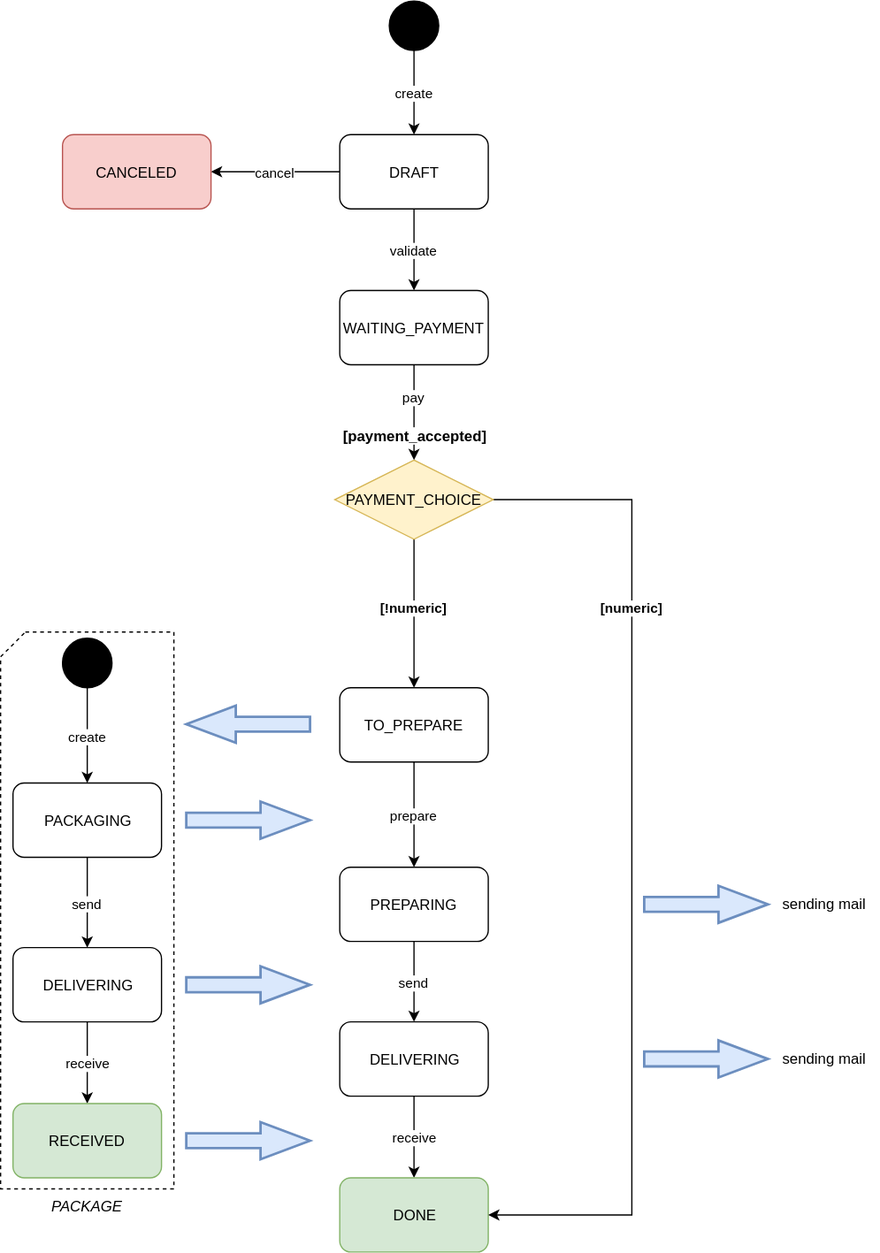
This is svg/demo_state_4.svg from FrogDevelopment/state-machine-demo, a draw.io export, as it was before one commit. Source tidied: cells renumbered, new cells last; positions are measured from the earlier drawing's top-left corner, leaving out a move shared by most shapes. Source of this version:
```xml
<mxGraphModel>
  <root>
    <mxCell id="0" />
    <mxCell id="1" parent="0" />
    <mxCell id="2" value="PACKAGE" style="verticalLabelPosition=bottom;verticalAlign=top;html=1;strokeWidth=1;shape=card;whiteSpace=wrap;size=20;arcSize=12;fillColor=none;perimeterSpacing=0;dashed=1;fontStyle=2;" parent="1" vertex="1">
      <mxGeometry y="510" width="140" height="450" as="geometry" />
    </mxCell>
    <mxCell id="3" style="ellipse;whiteSpace=wrap;html=1;fillColor=#000000;flipV=0;flipH=1;" parent="1" vertex="1">
      <mxGeometry x="314" width="40" height="40" as="geometry" />
    </mxCell>
    <mxCell id="4" value="create" style="edgeStyle=orthogonalEdgeStyle;rounded=0;html=1;entryX=0.5;entryY=0;jettySize=auto;exitX=0.5;exitY=1;" parent="1" edge="1" source="3" target="7">
      <mxGeometry relative="1" as="geometry">
        <Array as="points">
          <mxPoint x="334" y="60" />
          <mxPoint x="334" y="60" />
        </Array>
      </mxGeometry>
    </mxCell>
    <mxCell id="5" value="cancel" style="edgeStyle=orthogonalEdgeStyle;rounded=0;html=1;entryX=1;entryY=0.5;jettySize=auto;" parent="1" edge="1" source="7" target="13">
      <mxGeometry relative="1" as="geometry" />
    </mxCell>
    <mxCell id="6" value="validate" style="edgeStyle=orthogonalEdgeStyle;rounded=0;html=1;entryX=0.5;entryY=0;jettySize=auto;" parent="1" edge="1" source="7" target="19">
      <mxGeometry relative="1" as="geometry" />
    </mxCell>
    <mxCell id="7" value="DRAFT" style="rounded=1;whiteSpace=wrap;html=1;fillColor=none;flipV=0;flipH=1;" parent="1" vertex="1">
      <mxGeometry x="274" y="108" width="120" height="60" as="geometry" />
    </mxCell>
    <mxCell id="8" value="send" style="edgeStyle=orthogonalEdgeStyle;rounded=0;html=1;entryX=0.5;entryY=0;jettySize=auto;" parent="1" edge="1" source="9" target="11">
      <mxGeometry relative="1" as="geometry" />
    </mxCell>
    <mxCell id="9" value="PREPARING" style="rounded=1;whiteSpace=wrap;html=1;fillColor=none;flipV=0;flipH=1;" parent="1" vertex="1">
      <mxGeometry x="274" y="700" width="120" height="60" as="geometry" />
    </mxCell>
    <mxCell id="10" value="receive" style="edgeStyle=orthogonalEdgeStyle;rounded=0;html=1;entryX=0.5;entryY=0;jettySize=auto;" parent="1" edge="1" source="11" target="12">
      <mxGeometry relative="1" as="geometry" />
    </mxCell>
    <mxCell id="11" value="DELIVERING" style="rounded=1;whiteSpace=wrap;html=1;fillColor=none;flipV=0;flipH=1;" parent="1" vertex="1">
      <mxGeometry x="274" y="825" width="120" height="60" as="geometry" />
    </mxCell>
    <mxCell id="12" value="DONE" style="rounded=1;whiteSpace=wrap;html=1;fillColor=#d5e8d4;strokeColor=#82b366;flipV=0;flipH=1;" parent="1" vertex="1">
      <mxGeometry x="274" y="951" width="120" height="60" as="geometry" />
    </mxCell>
    <mxCell id="13" value="CANCELED" style="rounded=1;whiteSpace=wrap;html=1;fillColor=#f8cecc;strokeColor=#b85450;" parent="1" vertex="1">
      <mxGeometry x="50" y="108" width="120" height="60" as="geometry" />
    </mxCell>
    <mxCell id="14" value="&lt;b&gt;[!numeric]&lt;/b&gt;" style="edgeStyle=orthogonalEdgeStyle;rounded=0;html=1;jettySize=auto;entryX=0.5;entryY=0;" parent="1" edge="1" source="16" target="31">
      <mxGeometry x="-0.08" relative="1" as="geometry" />
    </mxCell>
    <mxCell id="15" value="&lt;b&gt;[numeric]&lt;/b&gt;" style="edgeStyle=orthogonalEdgeStyle;rounded=0;html=1;entryX=1;entryY=0.5;jettySize=auto;exitX=1;exitY=0.5;" parent="1" edge="1" source="16" target="12">
      <mxGeometry x="-0.72" y="-87" relative="1" as="geometry">
        <Array as="points">
          <mxPoint x="510" y="403" />
          <mxPoint x="510" y="981" />
        </Array>
        <mxPoint x="87" y="87" as="offset" />
      </mxGeometry>
    </mxCell>
    <mxCell id="16" value="PAYMENT_CHOICE" style="rhombus;whiteSpace=wrap;html=1;fillColor=#fff2cc;strokeColor=#d6b656;flipV=0;flipH=1;" parent="1" vertex="1">
      <mxGeometry x="270" y="371" width="128" height="64" as="geometry" />
    </mxCell>
    <mxCell id="17" value="pay" style="edgeStyle=orthogonalEdgeStyle;rounded=0;html=1;entryX=0.5;entryY=0;jettySize=auto;" parent="1" edge="1" source="19" target="16">
      <mxGeometry x="-0.33" relative="1" as="geometry" />
    </mxCell>
    <mxCell id="18" value="[payment_accepted]" style="text;html=1;align=center;verticalAlign=middle;labelBackgroundColor=#ffffff;fontStyle=1;" parent="17" vertex="1">
      <mxGeometry x="0.64" relative="1" as="geometry">
        <mxPoint y="-7" as="offset" />
      </mxGeometry>
    </mxCell>
    <mxCell id="19" value="WAITING_PAYMENT" style="rounded=1;whiteSpace=wrap;html=1;fillColor=none;flipV=0;flipH=1;" parent="1" vertex="1">
      <mxGeometry x="274" y="234" width="120" height="60" as="geometry" />
    </mxCell>
    <mxCell id="20" style="ellipse;whiteSpace=wrap;html=1;fillColor=#000000;flipV=0;flipH=1;" parent="1" vertex="1">
      <mxGeometry x="50" y="515" width="40" height="40" as="geometry" />
    </mxCell>
    <mxCell id="21" value="create" style="edgeStyle=orthogonalEdgeStyle;rounded=0;html=1;jettySize=auto;exitX=0.5;exitY=1;" parent="1" edge="1" source="20" target="23">
      <mxGeometry relative="1" as="geometry" />
    </mxCell>
    <mxCell id="22" value="send" style="edgeStyle=orthogonalEdgeStyle;rounded=0;html=1;jettySize=auto;" parent="1" edge="1" source="23" target="25">
      <mxGeometry relative="1" as="geometry" />
    </mxCell>
    <mxCell id="23" value="PACKAGING" style="rounded=1;whiteSpace=wrap;html=1;fillColor=none;" parent="1" vertex="1">
      <mxGeometry x="10" y="632" width="120" height="60" as="geometry" />
    </mxCell>
    <mxCell id="24" value="receive" style="edgeStyle=orthogonalEdgeStyle;rounded=0;html=1;entryX=0.5;entryY=0;jettySize=auto;" parent="1" edge="1" source="25" target="26">
      <mxGeometry relative="1" as="geometry" />
    </mxCell>
    <mxCell id="25" value="DELIVERING" style="rounded=1;whiteSpace=wrap;html=1;fillColor=none;" parent="1" vertex="1">
      <mxGeometry x="10" y="765" width="120" height="60" as="geometry" />
    </mxCell>
    <mxCell id="26" value="RECEIVED" style="rounded=1;whiteSpace=wrap;html=1;fillColor=#d5e8d4;strokeColor=#82b366;" parent="1" vertex="1">
      <mxGeometry x="10" y="891" width="120" height="60" as="geometry" />
    </mxCell>
    <mxCell id="27" style="verticalLabelPosition=bottom;verticalAlign=top;html=1;strokeWidth=2;shape=mxgraph.arrows2.arrow;dy=0.6;dx=40;notch=0;fillColor=#dae8fc;strokeColor=#6c8ebf;" parent="1" vertex="1">
      <mxGeometry x="150" y="780" width="100" height="30" as="geometry" />
    </mxCell>
    <mxCell id="28" style="verticalLabelPosition=bottom;verticalAlign=top;html=1;strokeWidth=2;shape=mxgraph.arrows2.arrow;dy=0.6;dx=40;notch=0;fillColor=#dae8fc;strokeColor=#6c8ebf;" parent="1" vertex="1">
      <mxGeometry x="150" y="906" width="100" height="30" as="geometry" />
    </mxCell>
    <mxCell id="29" style="verticalLabelPosition=bottom;verticalAlign=top;html=1;strokeWidth=2;shape=mxgraph.arrows2.arrow;dy=0.6;dx=40;notch=0;fillColor=#dae8fc;rotation=180;strokeColor=#6c8ebf;" parent="1" vertex="1">
      <mxGeometry x="150" y="569.5" width="100" height="30" as="geometry" />
    </mxCell>
    <mxCell id="30" value="prepare" style="edgeStyle=orthogonalEdgeStyle;rounded=0;html=1;entryX=0.5;entryY=0;jettySize=auto;" parent="1" edge="1" source="31" target="9">
      <mxGeometry relative="1" as="geometry" />
    </mxCell>
    <mxCell id="31" value="TO_PREPARE" style="rounded=1;whiteSpace=wrap;html=1;fillColor=none;" parent="1" vertex="1">
      <mxGeometry x="274" y="555" width="120" height="60" as="geometry" />
    </mxCell>
    <mxCell id="32" style="verticalLabelPosition=bottom;verticalAlign=top;html=1;strokeWidth=2;shape=mxgraph.arrows2.arrow;dy=0.6;dx=40;notch=0;fillColor=#dae8fc;strokeColor=#6c8ebf;" parent="1" vertex="1">
      <mxGeometry x="150" y="647" width="100" height="30" as="geometry" />
    </mxCell>
    <mxCell id="33" style="group;" parent="1" vertex="1">
      <mxGeometry x="520" y="840" width="190" height="30" as="geometry" />
    </mxCell>
    <mxCell id="34" style="verticalLabelPosition=bottom;verticalAlign=top;html=1;strokeWidth=2;shape=mxgraph.arrows2.arrow;dy=0.6;dx=40;notch=0;fillColor=#dae8fc;strokeColor=#6c8ebf;" parent="33" vertex="1">
      <mxGeometry width="100" height="30" as="geometry" />
    </mxCell>
    <mxCell id="35" value="sending mail" style="text;html=1;align=left;verticalAlign=top;spacingTop=-4;" parent="33" vertex="1">
      <mxGeometry x="110" y="5" width="80" height="20" as="geometry" />
    </mxCell>
    <mxCell id="36" style="group;" parent="1" vertex="1">
      <mxGeometry x="520" y="715" width="190" height="30" as="geometry" />
    </mxCell>
    <mxCell id="37" style="verticalLabelPosition=bottom;verticalAlign=top;html=1;strokeWidth=2;shape=mxgraph.arrows2.arrow;dy=0.6;dx=40;notch=0;fillColor=#dae8fc;strokeColor=#6c8ebf;" parent="36" vertex="1">
      <mxGeometry width="100" height="30" as="geometry" />
    </mxCell>
    <mxCell id="38" value="sending mail" style="text;html=1;align=left;verticalAlign=top;spacingTop=-4;" parent="36" vertex="1">
      <mxGeometry x="110" y="5" width="80" height="20" as="geometry" />
    </mxCell>
  </root>
</mxGraphModel>
```
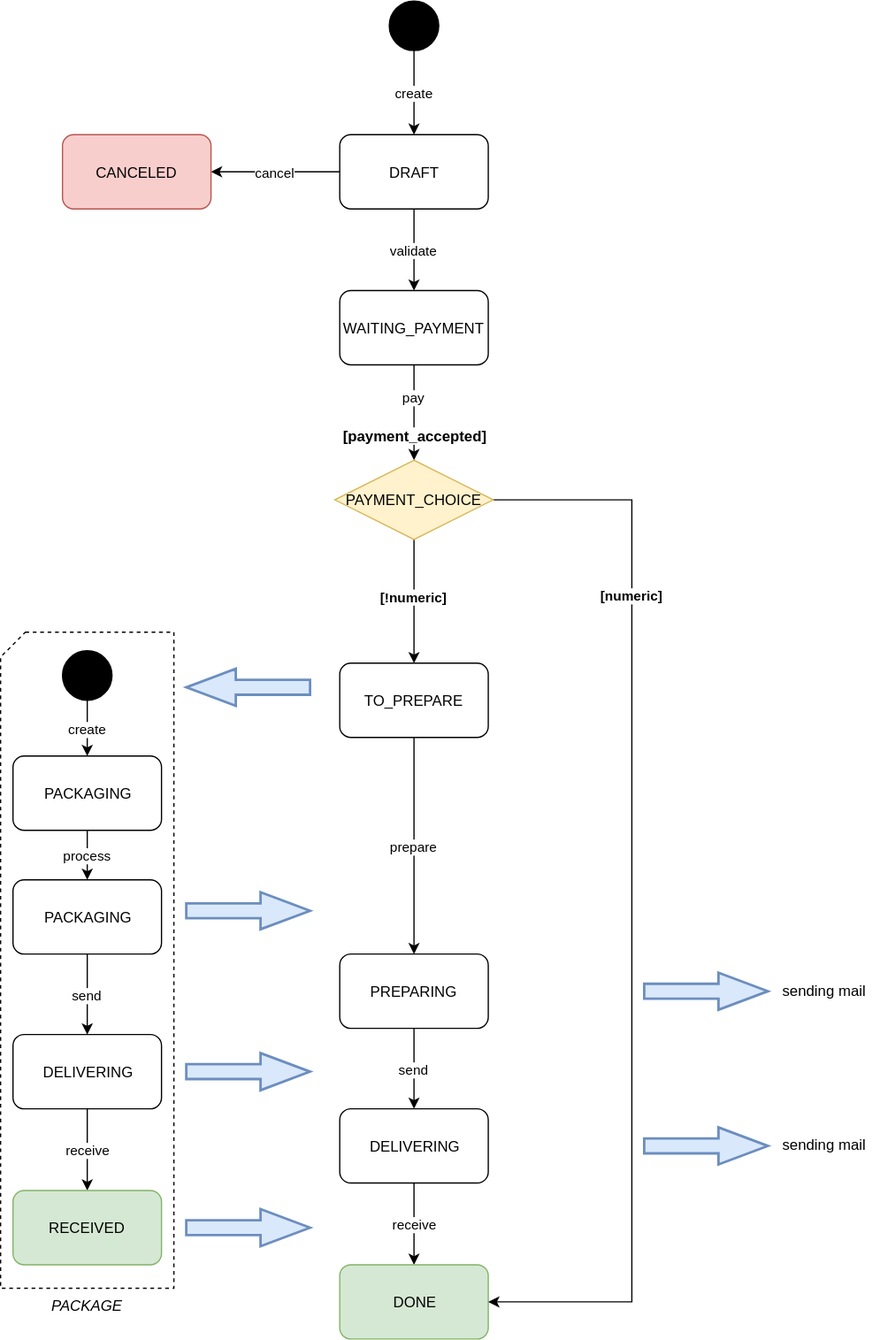
Above is the later version.

Change to the diagram source:
```diff
@@ -1,9 +1,9 @@
-<mxGraphModel>
+<mxGraphModel background="#ffffff">
   <root>
     <mxCell id="0" />
     <mxCell id="1" parent="0" />
     <mxCell id="2" value="PACKAGE" style="verticalLabelPosition=bottom;verticalAlign=top;html=1;strokeWidth=1;shape=card;whiteSpace=wrap;size=20;arcSize=12;fillColor=none;perimeterSpacing=0;dashed=1;fontStyle=2;" parent="1" vertex="1">
-      <mxGeometry y="510" width="140" height="450" as="geometry" />
+      <mxGeometry y="510" width="140" height="530" as="geometry" />
     </mxCell>
     <mxCell id="3" style="ellipse;whiteSpace=wrap;html=1;fillColor=#000000;flipV=0;flipH=1;" parent="1" vertex="1">
       <mxGeometry x="314" width="40" height="40" as="geometry" />
@@ -29,16 +29,16 @@
       <mxGeometry relative="1" as="geometry" />
     </mxCell>
     <mxCell id="9" value="PREPARING" style="rounded=1;whiteSpace=wrap;html=1;fillColor=none;flipV=0;flipH=1;" parent="1" vertex="1">
-      <mxGeometry x="274" y="700" width="120" height="60" as="geometry" />
+      <mxGeometry x="274" y="770" width="120" height="60" as="geometry" />
     </mxCell>
     <mxCell id="10" value="receive" style="edgeStyle=orthogonalEdgeStyle;rounded=0;html=1;entryX=0.5;entryY=0;jettySize=auto;" parent="1" edge="1" source="11" target="12">
       <mxGeometry relative="1" as="geometry" />
     </mxCell>
     <mxCell id="11" value="DELIVERING" style="rounded=1;whiteSpace=wrap;html=1;fillColor=none;flipV=0;flipH=1;" parent="1" vertex="1">
-      <mxGeometry x="274" y="825" width="120" height="60" as="geometry" />
+      <mxGeometry x="274" y="895" width="120" height="60" as="geometry" />
     </mxCell>
     <mxCell id="12" value="DONE" style="rounded=1;whiteSpace=wrap;html=1;fillColor=#d5e8d4;strokeColor=#82b366;flipV=0;flipH=1;" parent="1" vertex="1">
-      <mxGeometry x="274" y="951" width="120" height="60" as="geometry" />
+      <mxGeometry x="274" y="1021" width="120" height="60" as="geometry" />
     </mxCell>
     <mxCell id="13" value="CANCELED" style="rounded=1;whiteSpace=wrap;html=1;fillColor=#f8cecc;strokeColor=#b85450;" parent="1" vertex="1">
       <mxGeometry x="50" y="108" width="120" height="60" as="geometry" />
@@ -47,12 +47,12 @@
       <mxGeometry x="-0.08" relative="1" as="geometry" />
     </mxCell>
     <mxCell id="15" value="&lt;b&gt;[numeric]&lt;/b&gt;" style="edgeStyle=orthogonalEdgeStyle;rounded=0;html=1;entryX=1;entryY=0.5;jettySize=auto;exitX=1;exitY=0.5;" parent="1" edge="1" source="16" target="12">
-      <mxGeometry x="-0.72" y="-87" relative="1" as="geometry">
+      <mxGeometry x="-0.74" y="-77" relative="1" as="geometry">
         <Array as="points">
           <mxPoint x="510" y="403" />
-          <mxPoint x="510" y="981" />
+          <mxPoint x="510" y="1051" />
         </Array>
-        <mxPoint x="87" y="87" as="offset" />
+        <mxPoint x="77" y="77" as="offset" />
       </mxGeometry>
     </mxCell>
     <mxCell id="16" value="PAYMENT_CHOICE" style="rhombus;whiteSpace=wrap;html=1;fillColor=#fff2cc;strokeColor=#d6b656;flipV=0;flipH=1;" parent="1" vertex="1">
@@ -70,61 +70,61 @@
       <mxGeometry x="274" y="234" width="120" height="60" as="geometry" />
     </mxCell>
     <mxCell id="20" style="ellipse;whiteSpace=wrap;html=1;fillColor=#000000;flipV=0;flipH=1;" parent="1" vertex="1">
-      <mxGeometry x="50" y="515" width="40" height="40" as="geometry" />
+      <mxGeometry x="50" y="525" width="40" height="40" as="geometry" />
     </mxCell>
-    <mxCell id="21" value="create" style="edgeStyle=orthogonalEdgeStyle;rounded=0;html=1;jettySize=auto;exitX=0.5;exitY=1;" parent="1" edge="1" source="20" target="23">
+    <mxCell id="21" value="create" style="edgeStyle=orthogonalEdgeStyle;rounded=0;html=1;jettySize=auto;exitX=0.5;exitY=1;entryX=0.5;entryY=0;" parent="1" edge="1" source="20" target="40">
       <mxGeometry relative="1" as="geometry" />
     </mxCell>
     <mxCell id="22" value="send" style="edgeStyle=orthogonalEdgeStyle;rounded=0;html=1;jettySize=auto;" parent="1" edge="1" source="23" target="25">
       <mxGeometry relative="1" as="geometry" />
     </mxCell>
     <mxCell id="23" value="PACKAGING" style="rounded=1;whiteSpace=wrap;html=1;fillColor=none;" parent="1" vertex="1">
-      <mxGeometry x="10" y="632" width="120" height="60" as="geometry" />
+      <mxGeometry x="10" y="710" width="120" height="60" as="geometry" />
     </mxCell>
     <mxCell id="24" value="receive" style="edgeStyle=orthogonalEdgeStyle;rounded=0;html=1;entryX=0.5;entryY=0;jettySize=auto;" parent="1" edge="1" source="25" target="26">
       <mxGeometry relative="1" as="geometry" />
     </mxCell>
     <mxCell id="25" value="DELIVERING" style="rounded=1;whiteSpace=wrap;html=1;fillColor=none;" parent="1" vertex="1">
-      <mxGeometry x="10" y="765" width="120" height="60" as="geometry" />
+      <mxGeometry x="10" y="835" width="120" height="60" as="geometry" />
     </mxCell>
     <mxCell id="26" value="RECEIVED" style="rounded=1;whiteSpace=wrap;html=1;fillColor=#d5e8d4;strokeColor=#82b366;" parent="1" vertex="1">
-      <mxGeometry x="10" y="891" width="120" height="60" as="geometry" />
+      <mxGeometry x="10" y="961" width="120" height="60" as="geometry" />
     </mxCell>
     <mxCell id="27" style="verticalLabelPosition=bottom;verticalAlign=top;html=1;strokeWidth=2;shape=mxgraph.arrows2.arrow;dy=0.6;dx=40;notch=0;fillColor=#dae8fc;strokeColor=#6c8ebf;" parent="1" vertex="1">
-      <mxGeometry x="150" y="780" width="100" height="30" as="geometry" />
+      <mxGeometry x="150" y="850" width="100" height="30" as="geometry" />
     </mxCell>
     <mxCell id="28" style="verticalLabelPosition=bottom;verticalAlign=top;html=1;strokeWidth=2;shape=mxgraph.arrows2.arrow;dy=0.6;dx=40;notch=0;fillColor=#dae8fc;strokeColor=#6c8ebf;" parent="1" vertex="1">
-      <mxGeometry x="150" y="906" width="100" height="30" as="geometry" />
+      <mxGeometry x="150" y="976" width="100" height="30" as="geometry" />
     </mxCell>
     <mxCell id="29" style="verticalLabelPosition=bottom;verticalAlign=top;html=1;strokeWidth=2;shape=mxgraph.arrows2.arrow;dy=0.6;dx=40;notch=0;fillColor=#dae8fc;rotation=180;strokeColor=#6c8ebf;" parent="1" vertex="1">
-      <mxGeometry x="150" y="569.5" width="100" height="30" as="geometry" />
+      <mxGeometry x="150" y="539.5" width="100" height="30" as="geometry" />
     </mxCell>
     <mxCell id="30" value="prepare" style="edgeStyle=orthogonalEdgeStyle;rounded=0;html=1;entryX=0.5;entryY=0;jettySize=auto;" parent="1" edge="1" source="31" target="9">
       <mxGeometry relative="1" as="geometry" />
     </mxCell>
     <mxCell id="31" value="TO_PREPARE" style="rounded=1;whiteSpace=wrap;html=1;fillColor=none;" parent="1" vertex="1">
-      <mxGeometry x="274" y="555" width="120" height="60" as="geometry" />
+      <mxGeometry x="274" y="535" width="120" height="60" as="geometry" />
     </mxCell>
     <mxCell id="32" style="verticalLabelPosition=bottom;verticalAlign=top;html=1;strokeWidth=2;shape=mxgraph.arrows2.arrow;dy=0.6;dx=40;notch=0;fillColor=#dae8fc;strokeColor=#6c8ebf;" parent="1" vertex="1">
-      <mxGeometry x="150" y="647" width="100" height="30" as="geometry" />
+      <mxGeometry x="150" y="720" width="100" height="30" as="geometry" />
     </mxCell>
-    <mxCell id="33" style="group;" parent="1" vertex="1">
-      <mxGeometry x="520" y="840" width="190" height="30" as="geometry" />
-    </mxCell>
+    <mxCell id="39" value="process" style="edgeStyle=orthogonalEdgeStyle;rounded=0;html=1;jettySize=auto;" parent="1" edge="1" source="40" target="23">
+      <mxGeometry relative="1" as="geometry" />
+    </mxCell>
+    <mxCell id="40" value="PACKAGING" style="rounded=1;whiteSpace=wrap;html=1;fillColor=none;" parent="1" vertex="1">
+      <mxGeometry x="10" y="610" width="120" height="60" as="geometry" />
+    </mxCell>
-    <mxCell id="34" style="verticalLabelPosition=bottom;verticalAlign=top;html=1;strokeWidth=2;shape=mxgraph.arrows2.arrow;dy=0.6;dx=40;notch=0;fillColor=#dae8fc;strokeColor=#6c8ebf;" parent="33" vertex="1">
-      <mxGeometry width="100" height="30" as="geometry" />
+    <mxCell id="34" style="verticalLabelPosition=bottom;verticalAlign=top;html=1;strokeWidth=2;shape=mxgraph.arrows2.arrow;dy=0.6;dx=40;notch=0;fillColor=#dae8fc;strokeColor=#6c8ebf;" parent="1" vertex="1">
+      <mxGeometry x="520" y="910" width="100" height="30" as="geometry" />
     </mxCell>
-    <mxCell id="35" value="sending mail" style="text;html=1;align=left;verticalAlign=top;spacingTop=-4;" parent="33" vertex="1">
-      <mxGeometry x="110" y="5" width="80" height="20" as="geometry" />
+    <mxCell id="35" value="sending mail" style="text;html=1;align=left;verticalAlign=top;spacingTop=-4;" parent="1" vertex="1">
+      <mxGeometry x="630" y="915" width="80" height="20" as="geometry" />
     </mxCell>
-    <mxCell id="36" style="group;" parent="1" vertex="1">
-      <mxGeometry x="520" y="715" width="190" height="30" as="geometry" />
-    </mxCell>
-    <mxCell id="37" style="verticalLabelPosition=bottom;verticalAlign=top;html=1;strokeWidth=2;shape=mxgraph.arrows2.arrow;dy=0.6;dx=40;notch=0;fillColor=#dae8fc;strokeColor=#6c8ebf;" parent="36" vertex="1">
-      <mxGeometry width="100" height="30" as="geometry" />
+    <mxCell id="37" style="verticalLabelPosition=bottom;verticalAlign=top;html=1;strokeWidth=2;shape=mxgraph.arrows2.arrow;dy=0.6;dx=40;notch=0;fillColor=#dae8fc;strokeColor=#6c8ebf;" parent="1" vertex="1">
+      <mxGeometry x="520" y="785" width="100" height="30" as="geometry" />
     </mxCell>
-    <mxCell id="38" value="sending mail" style="text;html=1;align=left;verticalAlign=top;spacingTop=-4;" parent="36" vertex="1">
-      <mxGeometry x="110" y="5" width="80" height="20" as="geometry" />
+    <mxCell id="38" value="sending mail" style="text;html=1;align=left;verticalAlign=top;spacingTop=-4;" parent="1" vertex="1">
+      <mxGeometry x="630" y="790" width="80" height="20" as="geometry" />
     </mxCell>
   </root>
 </mxGraphModel>
```
